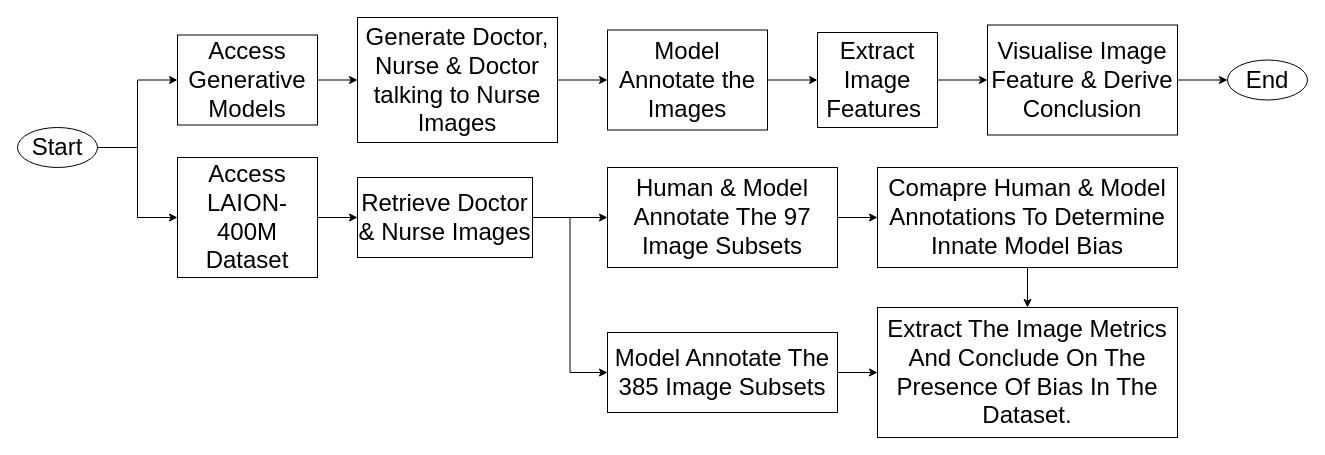
Earlier version of the draw.io diagram FYP - Thesis Write Up/FYP-FullPipeline.drawio (Jer0me123/FYP). Source tidied: cells renumbered, new cells numbered last; positions are measured from the earlier drawing's top-left corner, leaving out a move shared by most shapes. Both pictures are drawn from the tidied source at 100%, with x=0, y=0 at pixel (17, 17).
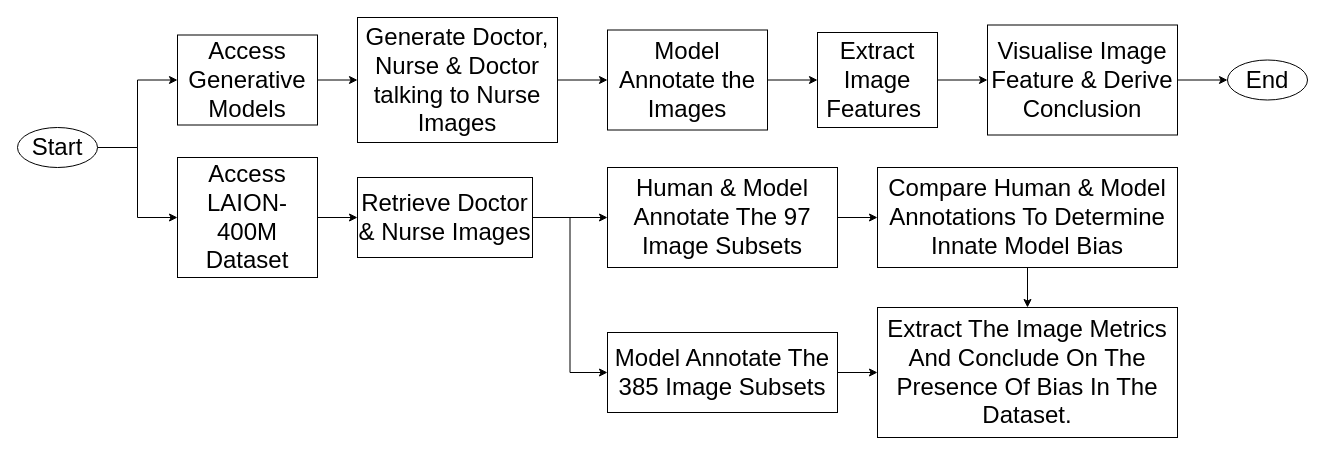
After the change.

Diff of the diagram source:
```diff
@@
-    <mxCell id="27" value="Comapre Human &amp;amp; Model Annotations To Determine Innate Model Bias" style="whiteSpace=wrap;html=1;rounded=0;fontSize=24;" parent="1" vertex="1">
+    <mxCell id="27" value="Compare Human &amp;amp; Model Annotations To Determine Innate Model Bias" style="whiteSpace=wrap;html=1;rounded=0;fontSize=24;" parent="1" vertex="1">
       <mxGeometry x="860" y="150" width="300" height="100" as="geometry" />
     </mxCell>
```
